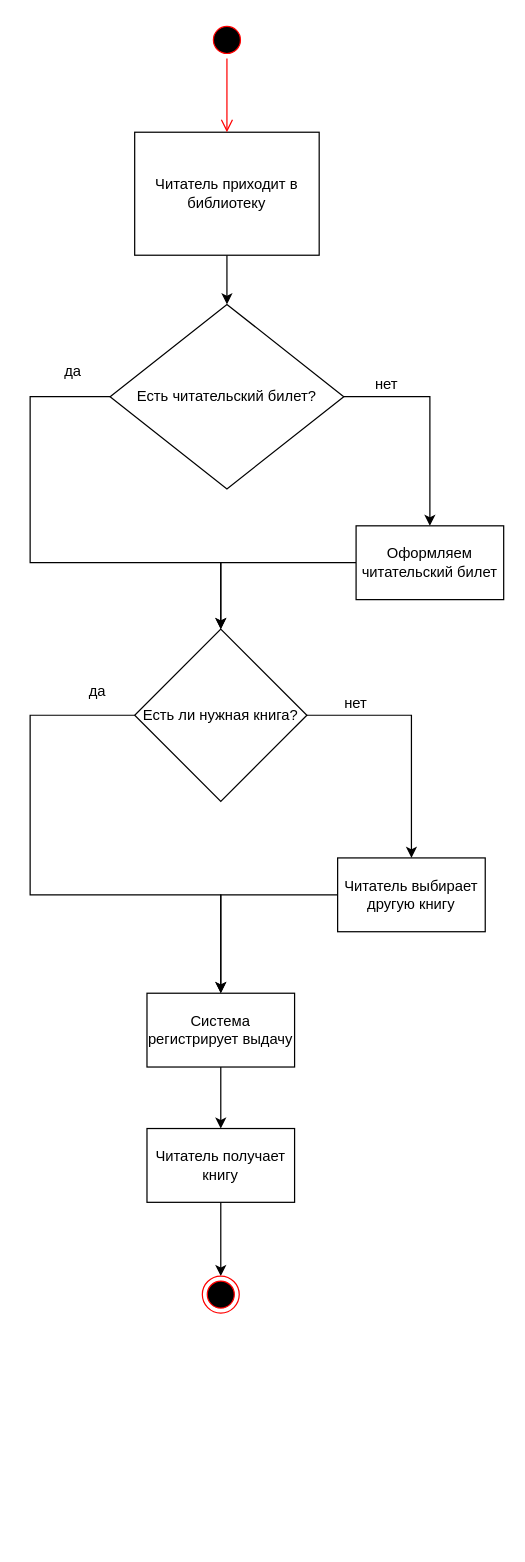
Before: Task1.drawio in Tak1ngOver/Module12-Practice, a draw.io diagram. Source tidied: cells renumbered, new cells numbered last; positions are measured from the earlier drawing's top-left corner, leaving out a move shared by most shapes. Both pictures are drawn from the tidied source at 123%, with x=0, y=0 at pixel (30, 21).
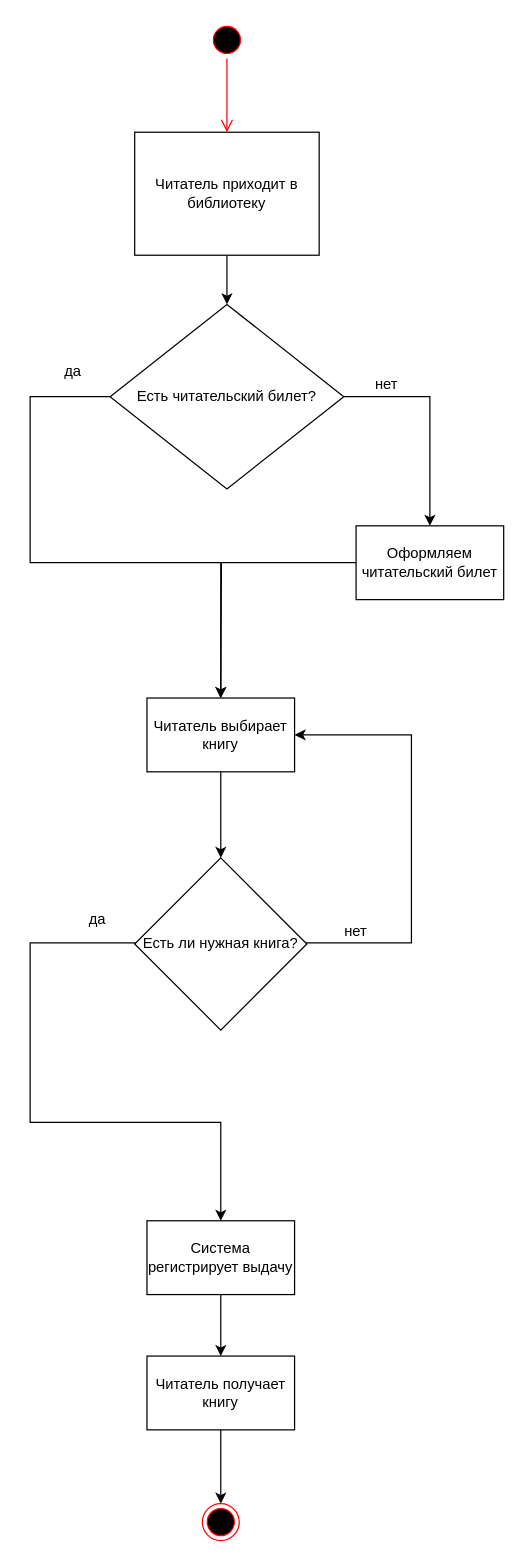
The same page after the edit.

Unchanged cells that the change refers to:
```xml
<mxCell id="6" value="Есть читательский билет?" style="rhombus;whiteSpace=wrap;html=1;rounded=0;" parent="1" vertex="1">
  <mxGeometry x="65" y="230" width="190" height="150" as="geometry" />
</mxCell>
<mxCell id="8" value="Оформляем читательский билет" style="whiteSpace=wrap;html=1;rounded=0;" parent="1" vertex="1">
  <mxGeometry x="265" y="410" width="120" height="60" as="geometry" />
</mxCell>
```

What changed in the source:
```diff
@@
-    <mxCell id="5" style="edgeStyle=orthogonalEdgeStyle;rounded=0;jettySize=auto;html=1;entryX=0.5;entryY=0;entryDx=0;entryDy=0;exitX=0;exitY=0.5;exitDx=0;exitDy=0;" parent="1" edge="1" source="6" target="12">
+    <mxCell id="5" style="edgeStyle=orthogonalEdgeStyle;rounded=0;jettySize=auto;html=1;exitX=0;exitY=0.5;exitDx=0;exitDy=0;" parent="1" edge="1" source="6">
       <mxGeometry relative="1" as="geometry">
+        <mxPoint x="155" y="550" as="targetPoint" />
         <Array as="points">
           <mxPoint y="305" />
           <mxPoint y="440" />
           <mxPoint x="155" y="440" />
         </Array>
       </mxGeometry>
     </mxCell>
@@
-    <mxCell id="7" style="edgeStyle=orthogonalEdgeStyle;rounded=0;jettySize=auto;html=1;" parent="1" edge="1" source="8" target="12">
-      <mxGeometry relative="1" as="geometry" />
+    <mxCell id="7" style="edgeStyle=orthogonalEdgeStyle;rounded=0;jettySize=auto;html=1;" parent="1" edge="1" source="8">
+      <mxGeometry relative="1" as="geometry">
+        <mxPoint x="155" y="550" as="targetPoint" />
+      </mxGeometry>
     </mxCell>
@@
-    <mxCell id="10" style="edgeStyle=orthogonalEdgeStyle;rounded=0;jettySize=auto;html=1;" parent="1" edge="1" source="12" target="15">
+    <mxCell id="10" style="edgeStyle=orthogonalEdgeStyle;rounded=0;jettySize=auto;html=1;entryX=1;entryY=0.5;entryDx=0;entryDy=0;" parent="1" edge="1" source="12" target="26">
       <mxGeometry relative="1" as="geometry">
         <Array as="points">
-          <mxPoint x="310" y="564" />
+          <mxPoint x="310" y="749" />
+          <mxPoint x="310" y="580" />
         </Array>
       </mxGeometry>
     </mxCell>
     <mxCell id="11" style="edgeStyle=orthogonalEdgeStyle;rounded=0;jettySize=auto;html=1;exitX=0;exitY=0.5;exitDx=0;exitDy=0;entryX=0.5;entryY=0;entryDx=0;entryDy=0;" parent="1" edge="1" source="12" target="19">
       <mxGeometry relative="1" as="geometry">
         <Array as="points">
-          <mxPoint y="564" />
-          <mxPoint y="710" />
-          <mxPoint x="155" y="710" />
+          <mxPoint y="749" />
+          <mxPoint y="895" />
+          <mxPoint x="155" y="895" />
         </Array>
       </mxGeometry>
     </mxCell>
     <mxCell id="12" value="Есть ли нужная книга?" style="rhombus;whiteSpace=wrap;html=1;" parent="1" vertex="1">
-      <mxGeometry x="85" y="494" width="140" height="140" as="geometry" />
+      <mxGeometry x="85" y="680" width="140" height="140" as="geometry" />
     </mxCell>
@@
-    <mxCell id="14" style="edgeStyle=orthogonalEdgeStyle;rounded=0;jettySize=auto;html=1;entryX=0.5;entryY=0;entryDx=0;entryDy=0;" parent="1" edge="1" source="15" target="19">
-      <mxGeometry relative="1" as="geometry">
-        <Array as="points">
-          <mxPoint x="155" y="710" />
-        </Array>
-      </mxGeometry>
-    </mxCell>
-    <mxCell id="15" value="Читатель выбирает другую книгу" style="whiteSpace=wrap;html=1;" parent="1" vertex="1">
-      <mxGeometry x="250" y="680" width="120" height="60" as="geometry" />
-    </mxCell>
     <mxCell id="16" value="нет" style="text;html=1;whiteSpace=wrap;strokeColor=none;fillColor=none;align=center;verticalAlign=middle;rounded=0;" parent="1" vertex="1">
-      <mxGeometry x="235" y="540" width="60" height="30" as="geometry" />
+      <mxGeometry x="235" y="725" width="60" height="30" as="geometry" />
     </mxCell>
     <mxCell id="17" value="да" style="text;html=1;whiteSpace=wrap;strokeColor=none;fillColor=none;align=center;verticalAlign=middle;rounded=0;" parent="1" vertex="1">
-      <mxGeometry x="25" y="530" width="60" height="30" as="geometry" />
+      <mxGeometry x="25" y="715" width="60" height="30" as="geometry" />
     </mxCell>
@@
     <mxCell id="19" value="Система регистрирует выдачу" style="rounded=0;whiteSpace=wrap;html=1;" parent="1" vertex="1">
-      <mxGeometry x="95" y="790" width="120" height="60" as="geometry" />
+      <mxGeometry x="95" y="975" width="120" height="60" as="geometry" />
     </mxCell>
@@
     <mxCell id="21" value="Читатель получает книгу" style="whiteSpace=wrap;html=1;rounded=0;" parent="1" vertex="1">
-      <mxGeometry x="95" y="900" width="120" height="60" as="geometry" />
+      <mxGeometry x="95" y="1085" width="120" height="60" as="geometry" />
     </mxCell>
     <mxCell id="22" style="ellipse;html=1;shape=endState;fillColor=#000000;strokeColor=#ff0000;" parent="1" vertex="1">
-      <mxGeometry x="140" y="1020" width="30" height="30" as="geometry" />
+      <mxGeometry x="140" y="1205" width="30" height="30" as="geometry" />
     </mxCell>
@@
+    <mxCell id="25" style="edgeStyle=orthogonalEdgeStyle;rounded=0;jettySize=auto;html=1;" parent="1" edge="1" source="26" target="12">
+      <mxGeometry relative="1" as="geometry" />
+    </mxCell>
+    <mxCell id="26" value="Читатель выбирает книгу" style="rounded=0;whiteSpace=wrap;html=1;" parent="1" vertex="1">
+      <mxGeometry x="95" y="550" width="120" height="60" as="geometry" />
+    </mxCell>
```
